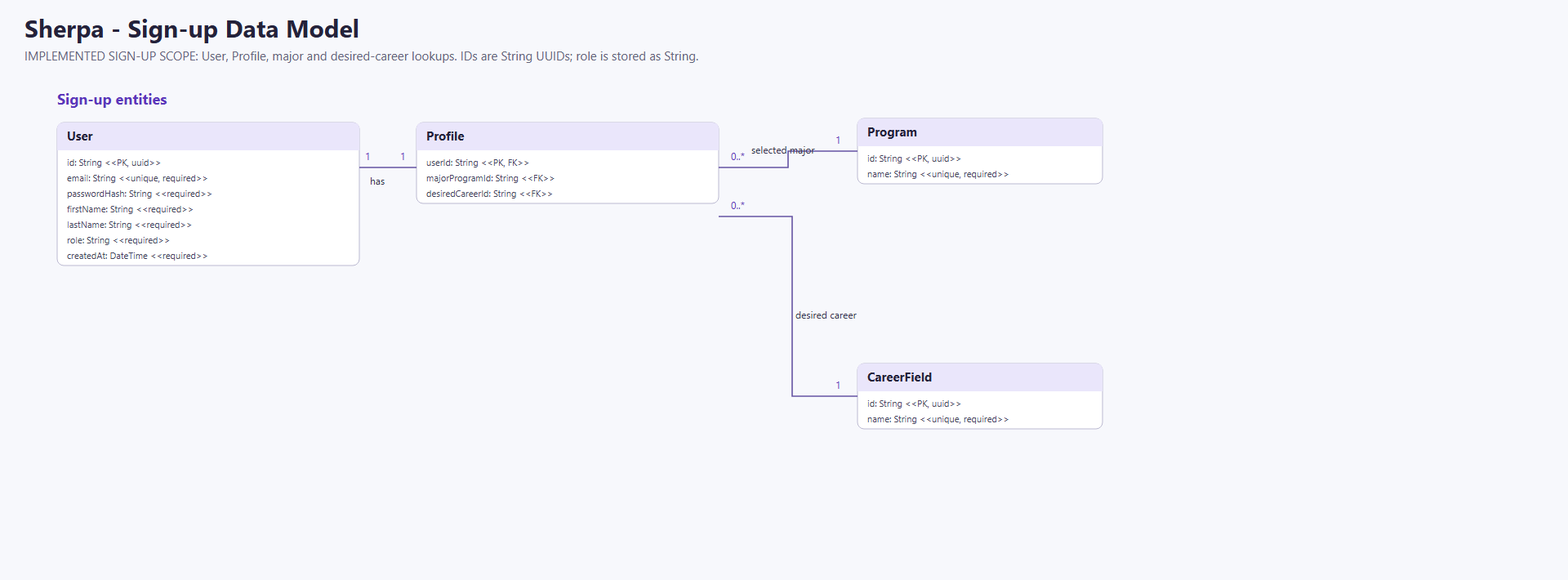
The PlantUML diagram docs/uml/sherpa-class-diagram.png in moconn25-hub/ITSC_3155_Sherpa, before a commit. Its source is kept beside it as docs/uml/sherpa-class-diagram.puml. Its diagram source:
```plantuml
@startuml SherpaSignUpClassDiagram
title Sherpa — Sign-up Data Model
left to right direction
skinparam classAttributeIconSize 0
skinparam packageStyle rectangle

note top
  IMPLEMENTED SCOPE: sign-up only
  IDs are String values generated as UUIDs for SQLite/Prisma.
  User.role is stored as a String (student, teacher, employer).
end note

package "Sign-up entities" {
  class User {
    +id: String <<PK, uuid>>
    +email: String <<unique, required>>
    +passwordHash: String <<required>>
    +firstName: String <<required>>
    +lastName: String <<required>>
    +role: String <<required>>
    +createdAt: DateTime <<required>>
  }

  class Profile {
    +userId: String <<PK, FK>>
    +majorProgramId: String <<FK>>
    +desiredCareerId: String <<FK>>
  }

  class Program {
    +id: String <<PK, uuid>>
    +name: String <<unique, required>>
  }

  class CareerField {
    +id: String <<PK, uuid>>
    +name: String <<unique, required>>
  }
}

User "1" -- "1" Profile : has
Program "1" <-- "0..*" Profile : selected major
CareerField "1" <-- "0..*" Profile : desired career

note bottom
  Sign-up form values: email, first name, last name, classification (role),
  major, and desired career field. The password is stored as a hash on User.
  Profile fields not collected during sign-up are intentionally excluded.
end note
@enduml
```
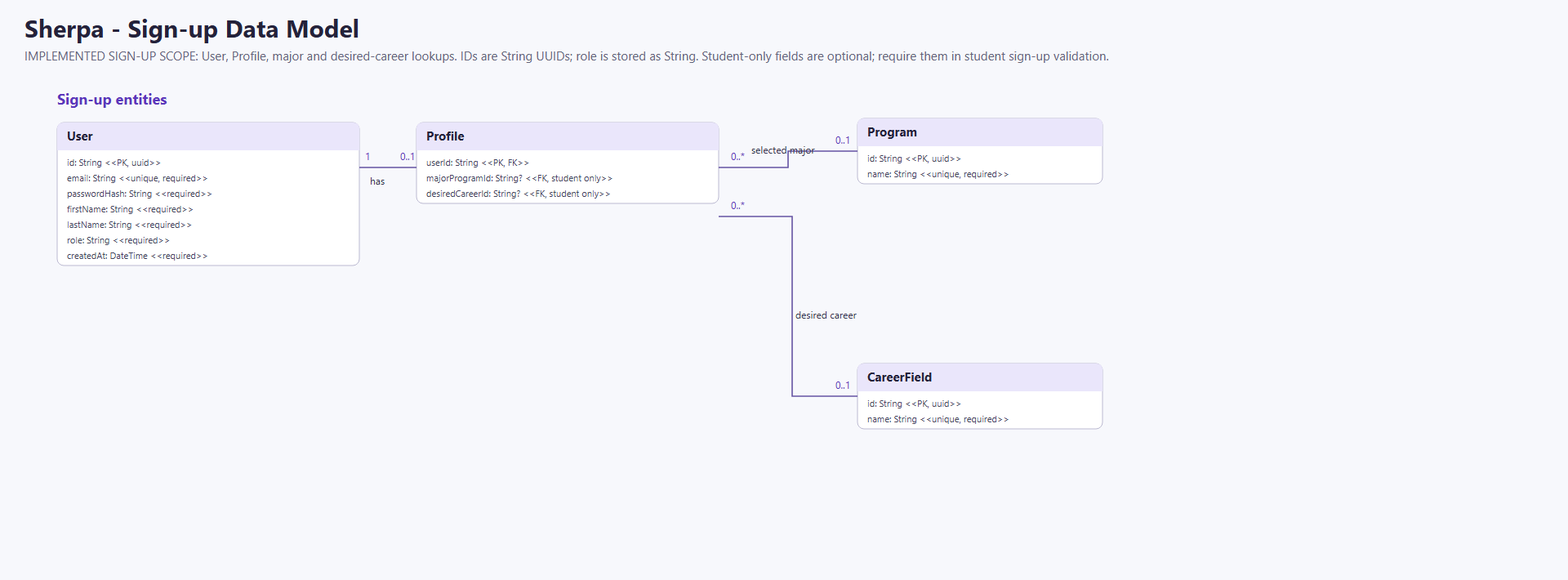
The same diagram one commit later.

The edit, as a diff of the source:
```diff
@@ -8,6 +8,9 @@
   IMPLEMENTED SCOPE: sign-up only
   IDs are String values generated as UUIDs for SQLite/Prisma.
   User.role is stored as a String (student, teacher, employer).
+  Major and desired career are student-only optional profile fields.
+  Require both during student sign-up validation; Prisma cannot express
+  this role-dependent requirement in the schema alone.
 end note
 
 package "Sign-up entities" {
@@ -23,8 +26,8 @@
 
   class Profile {
     +userId: String <<PK, FK>>
-    +majorProgramId: String <<FK>>
-    +desiredCareerId: String <<FK>>
+    +majorProgramId: String? <<FK, student only>>
+    +desiredCareerId: String? <<FK, student only>>
   }
 
   class Program {
@@ -38,13 +41,14 @@
   }
 }
 
-User "1" -- "1" Profile : has
-Program "1" <-- "0..*" Profile : selected major
-CareerField "1" <-- "0..*" Profile : desired career
+User "1" -- "0..1" Profile : has
+Program "0..1" <-- "0..*" Profile : selected major
+CareerField "0..1" <-- "0..*" Profile : desired career
 
 note bottom
   Sign-up form values: email, first name, last name, classification (role),
-  major, and desired career field. The password is stored as a hash on User.
+  and password. Student sign-ups additionally require major and desired career.
+  The password is stored as a hash on User.
   Profile fields not collected during sign-up are intentionally excluded.
 end note
 @enduml
```
